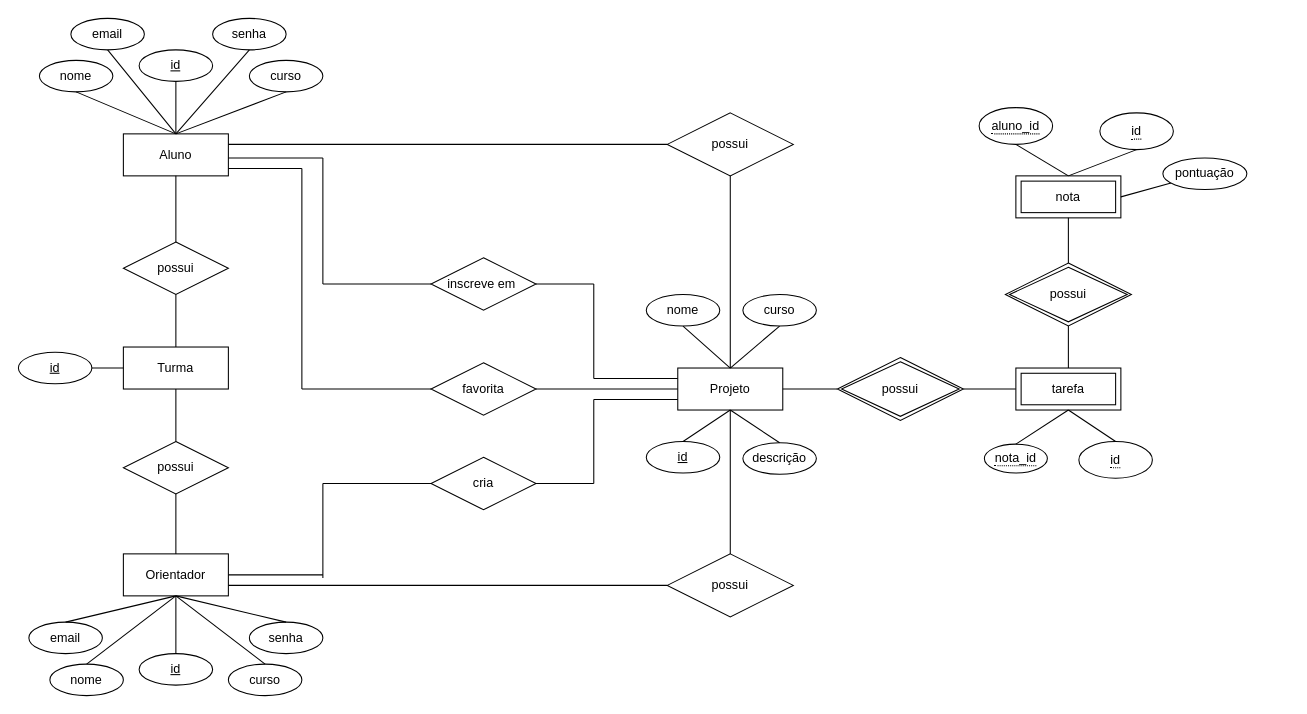
Before: page "DER" (5 of 5) of Sprint2/Sprint2.drawio in BabiDoo/TI2-GRUPO25, a draw.io diagram. Source tidied: cells renumbered, new cells numbered last; positions are measured from the earlier drawing's top-left corner, leaving out a move shared by most shapes. Both pictures are drawn from the tidied source at 105%, with x=0, y=0 at pixel (18, 18).
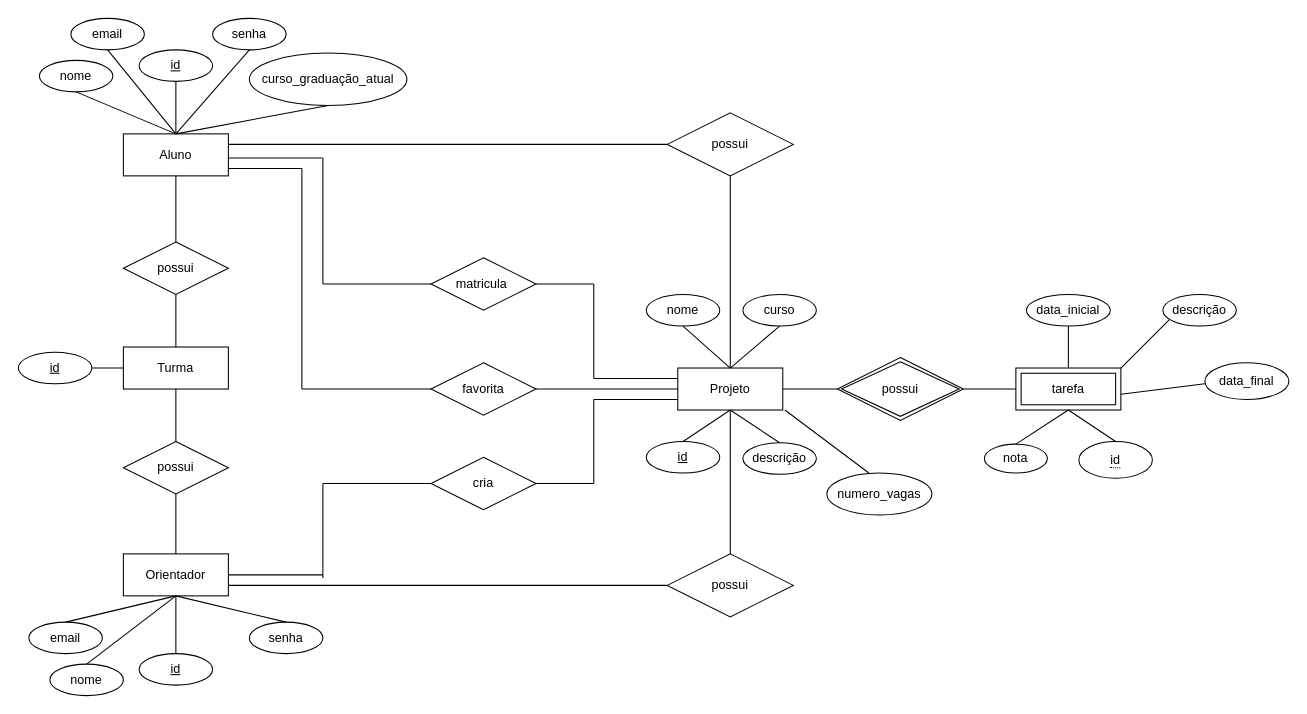
The same diagram, later.

The change refers to these unchanged cells:
```xml
<mxCell id="18" value="Orientador" style="whiteSpace=wrap;html=1;align=center;" parent="1" vertex="1">
  <mxGeometry x="100" y="510" width="100" height="40" as="geometry" />
</mxCell>
<mxCell id="56" value="tarefa" style="shape=ext;margin=3;double=1;whiteSpace=wrap;html=1;align=center;" parent="1" vertex="1">
  <mxGeometry x="950" y="333" width="100" height="40" as="geometry" />
</mxCell>
```

Diff of the diagram source:
```diff
@@
-    <mxCell id="3" value="inscreve em&amp;nbsp;" style="shape=rhombus;perimeter=rhombusPerimeter;whiteSpace=wrap;html=1;align=center;" parent="1" vertex="1">
+    <mxCell id="3" value="matricula&amp;nbsp;" style="shape=rhombus;perimeter=rhombusPerimeter;whiteSpace=wrap;html=1;align=center;" parent="1" vertex="1">
       <mxGeometry x="393" y="228" width="100" height="50" as="geometry" />
     </mxCell>
@@
-    <mxCell id="10" value="curso" style="ellipse;whiteSpace=wrap;html=1;align=center;" parent="1" vertex="1">
-      <mxGeometry x="220" y="40" width="70" height="30" as="geometry" />
+    <mxCell id="10" value="curso_graduação_atual" style="ellipse;whiteSpace=wrap;html=1;align=center;" parent="1" vertex="1">
+      <mxGeometry x="220" y="33" width="150" height="50" as="geometry" />
     </mxCell>
@@
-    <mxCell id="22" value="curso" style="ellipse;whiteSpace=wrap;html=1;align=center;" parent="1" vertex="1">
-      <mxGeometry x="200" y="615" width="70" height="30" as="geometry" />
-    </mxCell>
@@
-    <mxCell id="28" style="endArrow=none;html=1;rounded=0;exitX=0.5;exitY=1;exitDx=0;exitDy=0;entryX=0.5;entryY=0;entryDx=0;entryDy=0;" parent="1" edge="1" source="18" target="22">
-      <mxGeometry relative="1" as="geometry" />
-    </mxCell>
@@
-    <mxCell id="59" value="&lt;span style=&quot;border-bottom: 1px dotted&quot;&gt;nota_id&lt;/span&gt;" style="ellipse;whiteSpace=wrap;html=1;align=center;" parent="1" vertex="1">
+    <mxCell id="59" value="nota" style="ellipse;whiteSpace=wrap;html=1;align=center;" parent="1" vertex="1">
       <mxGeometry x="920" y="405.5" width="60" height="27.5" as="geometry" />
     </mxCell>
@@
-    <mxCell id="62" style="endArrow=none;html=1;rounded=0;exitX=0.5;exitY=0;exitDx=0;exitDy=0;" parent="1" edge="1" source="56" target="63">
-      <mxGeometry relative="1" as="geometry" />
+    <mxCell id="62" style="endArrow=none;html=1;rounded=0;exitX=0.5;exitY=0;exitDx=0;exitDy=0;" parent="1" edge="1" source="56">
+      <mxGeometry relative="1" as="geometry">
+        <mxPoint x="1000" y="293" as="targetPoint" />
+      </mxGeometry>
     </mxCell>
-    <mxCell id="63" value="possui" style="shape=rhombus;double=1;perimeter=rhombusPerimeter;whiteSpace=wrap;html=1;align=center;" parent="1" vertex="1">
-      <mxGeometry x="940" y="233" width="120" height="60" as="geometry" />
-    </mxCell>
-    <mxCell id="64" value="nota" style="shape=ext;margin=3;double=1;whiteSpace=wrap;html=1;align=center;" parent="1" vertex="1">
-      <mxGeometry x="950" y="150" width="100" height="40" as="geometry" />
-    </mxCell>
-    <mxCell id="65" style="endArrow=none;html=1;rounded=0;exitX=0.5;exitY=0;exitDx=0;exitDy=0;entryX=0.5;entryY=1;entryDx=0;entryDy=0;" parent="1" edge="1" source="63" target="64">
-      <mxGeometry relative="1" as="geometry" />
-    </mxCell>
-    <mxCell id="66" value="&lt;span style=&quot;border-bottom: 1px dotted&quot;&gt;id&lt;/span&gt;" style="ellipse;whiteSpace=wrap;html=1;align=center;" parent="1" vertex="1">
-      <mxGeometry x="1030" y="90" width="70" height="35" as="geometry" />
-    </mxCell>
-    <mxCell id="67" style="endArrow=none;html=1;rounded=0;exitX=0.5;exitY=0;exitDx=0;exitDy=0;entryX=0.5;entryY=1;entryDx=0;entryDy=0;" parent="1" edge="1" source="64" target="66">
-      <mxGeometry relative="1" as="geometry" />
-    </mxCell>
-    <mxCell id="68" value="&lt;span style=&quot;border-bottom: 1px dotted&quot;&gt;aluno_id&lt;/span&gt;" style="ellipse;whiteSpace=wrap;html=1;align=center;" parent="1" vertex="1">
-      <mxGeometry x="915" y="85" width="70" height="35" as="geometry" />
-    </mxCell>
-    <mxCell id="69" style="endArrow=none;html=1;rounded=0;entryX=0.5;entryY=1;entryDx=0;entryDy=0;exitX=0.5;exitY=0;exitDx=0;exitDy=0;" parent="1" edge="1" source="64" target="68">
-      <mxGeometry relative="1" as="geometry" />
-    </mxCell>
-    <mxCell id="70" style="endArrow=none;html=1;rounded=0;exitX=1;exitY=0.5;exitDx=0;exitDy=0;" parent="1" edge="1" source="64" target="71">
-      <mxGeometry relative="1" as="geometry" />
-    </mxCell>
-    <mxCell id="71" value="pontuação" style="ellipse;whiteSpace=wrap;html=1;align=center;" parent="1" vertex="1">
-      <mxGeometry x="1090" y="133" width="80" height="30" as="geometry" />
-    </mxCell>
@@
+    <mxCell id="85" style="endArrow=none;html=1;rounded=0;" parent="1" edge="1">
+      <mxGeometry relative="1" as="geometry">
+        <mxPoint x="810" y="433" as="sourcePoint" />
+        <mxPoint x="730" y="373" as="targetPoint" />
+      </mxGeometry>
+    </mxCell>
+    <mxCell id="86" value="numero_vagas" style="ellipse;whiteSpace=wrap;html=1;" parent="1" vertex="1">
+      <mxGeometry x="770" y="433" width="100" height="40" as="geometry" />
+    </mxCell>
+    <mxCell id="87" value="data_inicial" style="ellipse;whiteSpace=wrap;html=1;" parent="1" vertex="1">
+      <mxGeometry x="960" y="263" width="80" height="30" as="geometry" />
+    </mxCell>
+    <mxCell id="88" style="endArrow=none;html=1;rounded=0;" parent="1" edge="1">
+      <mxGeometry relative="1" as="geometry">
+        <mxPoint x="1050" y="358" as="sourcePoint" />
+        <mxPoint x="1130" y="348" as="targetPoint" />
+      </mxGeometry>
+    </mxCell>
+    <mxCell id="89" value="data_final" style="ellipse;whiteSpace=wrap;html=1;" parent="1" vertex="1">
+      <mxGeometry x="1130" y="328" width="80" height="35" as="geometry" />
+    </mxCell>
+    <mxCell id="90" style="endArrow=none;html=1;rounded=0;" parent="1" edge="1">
+      <mxGeometry relative="1" as="geometry">
+        <mxPoint x="1050" y="333" as="sourcePoint" />
+        <mxPoint x="1100" y="283" as="targetPoint" />
+      </mxGeometry>
+    </mxCell>
+    <mxCell id="91" value="descrição" style="ellipse;whiteSpace=wrap;html=1;" parent="1" vertex="1">
+      <mxGeometry x="1090" y="263" width="70" height="30" as="geometry" />
+    </mxCell>
```
